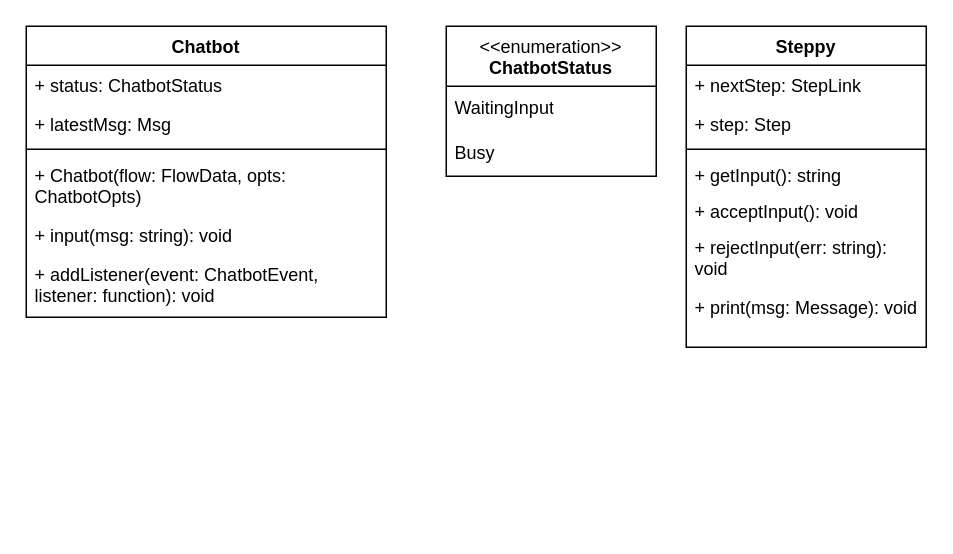
The draw.io diagram diagrams/Merak Chatbot Class Diagram.drawio in Lutfi221/merak-chatbot, before the edit. Source tidied: cells renumbered, new cells numbered last; positions are measured from the earlier drawing's top-left corner, leaving out a move shared by most shapes. Both pictures are drawn from the tidied source at 150%, with x=0, y=0 at pixel (26, 26).
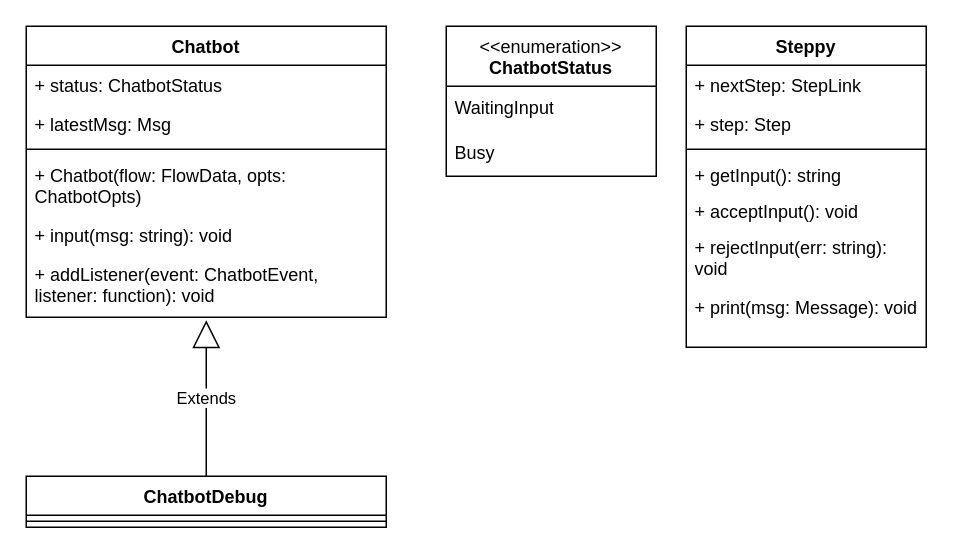
Above is the later version.

Unchanged cells that the change refers to:
```xml
<mxCell id="8" value="+ addListener(event: ChatbotEvent, listener: function): void" style="text;strokeColor=none;fillColor=none;align=left;verticalAlign=top;spacingLeft=4;spacingRight=4;overflow=hidden;points=[[0,0.5],[1,0.5]];portConstraint=eastwest;whiteSpace=wrap;html=1;" parent="2" vertex="1">
  <mxGeometry y="152" width="240" height="42" as="geometry" />
</mxCell>
```

Change to the diagram source:
```diff
@@
+    <mxCell id="20" value="ChatbotDebug" style="swimlane;fontStyle=1;align=center;verticalAlign=top;horizontal=1;startSize=26;whiteSpace=wrap;html=1;" parent="1" vertex="1">
+      <mxGeometry y="300" width="240" height="34" as="geometry" />
+    </mxCell>
+    <mxCell id="21" style="line;strokeWidth=1;fillColor=none;align=left;verticalAlign=middle;spacingTop=-1;spacingLeft=3;spacingRight=3;labelPosition=right;strokeColor=inherit;" parent="20" vertex="1">
+      <mxGeometry y="26" width="240" height="8" as="geometry" />
+    </mxCell>
+    <mxCell id="22" value="Extends" style="endArrow=block;endSize=16;endFill=0;html=1;rounded=0;exitX=0.5;exitY=0;exitDx=0;exitDy=0;entryX=0.5;entryY=1.048;entryDx=0;entryDy=0;entryPerimeter=0;" parent="1" edge="1" source="20" target="8">
+      <mxGeometry relative="1" as="geometry" />
+    </mxCell>
```
